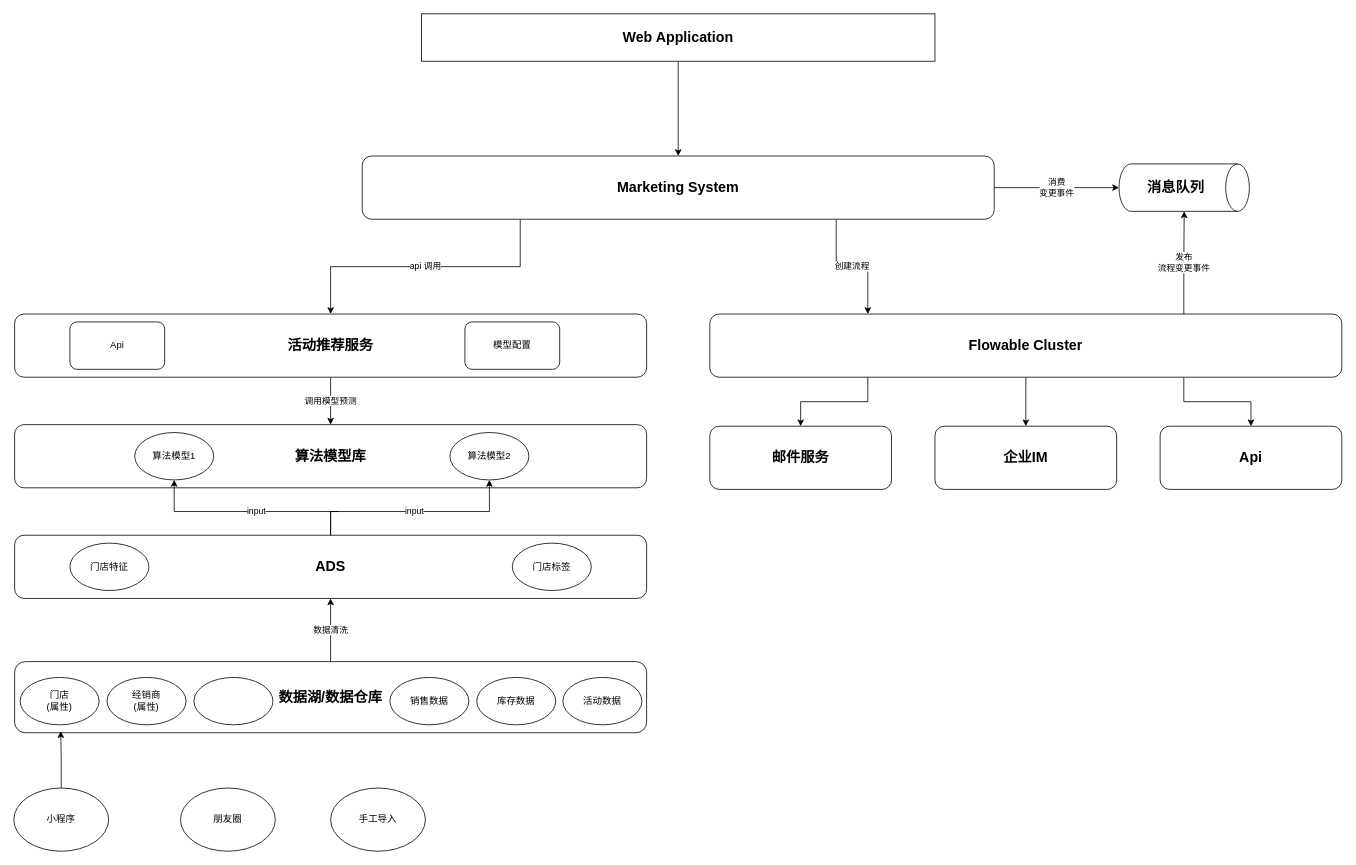
Earlier version of the draw.io diagram page "活动预测" (19 of 19) of Enterprise-Architecture.drawio (jackie-thank/beego-authz). Source tidied: cells renumbered, new cells numbered last; positions are measured from the earlier drawing's top-left corner, leaving out a move shared by most shapes. Both pictures are drawn from the tidied source at 79%, with x=0, y=0 at pixel (13, 13).
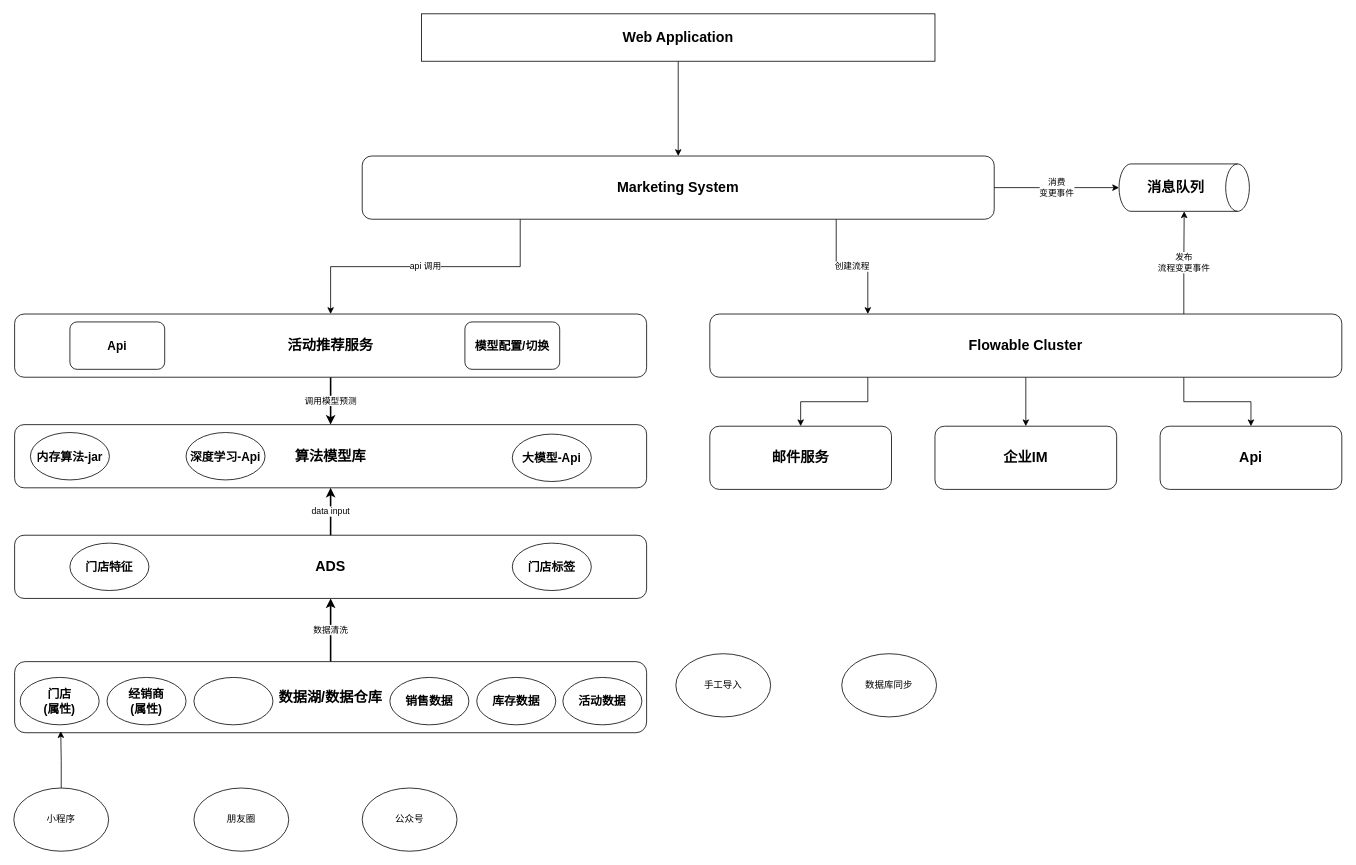
The same page after the edit.

The change refers to these unchanged cells:
```xml
<mxCell id="2" value="算法模型库" style="rounded=1;whiteSpace=wrap;html=1;fontSize=18;fontStyle=1;" parent="1" vertex="1">
  <mxGeometry x="1" y="520" width="800" height="80" as="geometry" />
</mxCell>
<mxCell id="3" value="ADS" style="rounded=1;whiteSpace=wrap;html=1;fontSize=18;fontStyle=1;" parent="1" vertex="1">
  <mxGeometry x="1" y="660" width="800" height="80" as="geometry" />
</mxCell>
<mxCell id="5" value="数据湖/数据仓库" style="rounded=1;whiteSpace=wrap;html=1;fontSize=18;fontStyle=1;" parent="1" vertex="1">
  <mxGeometry x="1" y="820" width="800" height="90" as="geometry" />
</mxCell>
<mxCell id="11" value="活动推荐服务" style="rounded=1;whiteSpace=wrap;html=1;fontSize=18;fontStyle=1;" parent="1" vertex="1">
  <mxGeometry x="1" y="380" width="800" height="80" as="geometry" />
</mxCell>
```

Diff of the diagram source:
```diff
@@
-    <mxCell id="4" value="数据清洗" style="edgeStyle=orthogonalEdgeStyle;rounded=0;jettySize=auto;html=1;exitX=0.5;exitY=0;exitDx=0;exitDy=0;" parent="1" edge="1" source="5" target="3">
+    <mxCell id="4" value="数据清洗" style="edgeStyle=orthogonalEdgeStyle;rounded=0;jettySize=auto;html=1;exitX=0.5;exitY=0;exitDx=0;exitDy=0;strokeWidth=2;" parent="1" edge="1" source="5" target="3">
       <mxGeometry relative="1" as="geometry" />
     </mxCell>
@@
-    <mxCell id="6" value="门店特征" style="ellipse;whiteSpace=wrap;html=1;" parent="1" vertex="1">
+    <mxCell id="6" value="门店特征" style="ellipse;whiteSpace=wrap;html=1;fontSize=15;fontStyle=1;" parent="1" vertex="1">
       <mxGeometry x="71" y="670" width="100" height="60" as="geometry" />
     </mxCell>
-    <mxCell id="7" value="算法模型2" style="ellipse;whiteSpace=wrap;html=1;" parent="1" vertex="1">
-      <mxGeometry x="552" y="530" width="100" height="60" as="geometry" />
+    <mxCell id="7" value="大模型-Api" style="ellipse;whiteSpace=wrap;html=1;fontSize=15;fontStyle=1;" parent="1" vertex="1">
+      <mxGeometry x="631" y="532" width="100" height="60" as="geometry" />
     </mxCell>
-    <mxCell id="8" value="input" style="edgeStyle=orthogonalEdgeStyle;rounded=0;jettySize=auto;html=1;exitX=0.5;exitY=0;exitDx=0;exitDy=0;entryX=0.5;entryY=1;entryDx=0;entryDy=0;" parent="1" edge="1" source="3" target="7">
+    <mxCell id="8" value="data input" style="edgeStyle=orthogonalEdgeStyle;rounded=0;jettySize=auto;html=1;exitX=0.5;exitY=0;exitDx=0;exitDy=0;entryX=0.5;entryY=1;entryDx=0;entryDy=0;strokeWidth=2;" parent="1" edge="1" source="3" target="2">
       <mxGeometry relative="1" as="geometry">
         <Array as="points">
-          <mxPoint x="411" y="630" />
-          <mxPoint x="611" y="630" />
+          <mxPoint x="401" y="630" />
+          <mxPoint x="401" y="630" />
         </Array>
       </mxGeometry>
     </mxCell>
-    <mxCell id="9" value="门店标签" style="ellipse;whiteSpace=wrap;html=1;" parent="1" vertex="1">
+    <mxCell id="9" value="门店标签" style="ellipse;whiteSpace=wrap;html=1;fontSize=15;fontStyle=1;" parent="1" vertex="1">
       <mxGeometry x="631" y="670" width="100" height="60" as="geometry" />
     </mxCell>
-    <mxCell id="10" value="调用模型预测" style="edgeStyle=orthogonalEdgeStyle;rounded=0;jettySize=auto;html=1;entryX=0.5;entryY=0;entryDx=0;entryDy=0;" parent="1" edge="1" source="11" target="2">
+    <mxCell id="10" value="调用模型预测" style="edgeStyle=orthogonalEdgeStyle;rounded=0;jettySize=auto;html=1;entryX=0.5;entryY=0;entryDx=0;entryDy=0;strokeWidth=2;" parent="1" edge="1" source="11" target="2">
       <mxGeometry relative="1" as="geometry" />
     </mxCell>
@@
-    <mxCell id="12" value="input" style="edgeStyle=orthogonalEdgeStyle;rounded=0;jettySize=auto;html=1;exitX=0.5;exitY=0;exitDx=0;exitDy=0;entryX=0.5;entryY=1;entryDx=0;entryDy=0;" parent="1" edge="1" source="3" target="13">
-      <mxGeometry relative="1" as="geometry">
-        <Array as="points">
-          <mxPoint x="411" y="630" />
-          <mxPoint x="211" y="630" />
-        </Array>
-      </mxGeometry>
-    </mxCell>
-    <mxCell id="13" value="算法模型1" style="ellipse;whiteSpace=wrap;html=1;" parent="1" vertex="1">
-      <mxGeometry x="153" y="530" width="100" height="60" as="geometry" />
+    <mxCell id="13" value="深度学习-Api" style="ellipse;whiteSpace=wrap;html=1;fontSize=15;fontStyle=1;" parent="1" vertex="1">
+      <mxGeometry x="218" y="530" width="100" height="60" as="geometry" />
     </mxCell>
-    <mxCell id="14" value="Api" style="rounded=1;whiteSpace=wrap;html=1;" parent="1" vertex="1">
+    <mxCell id="14" value="Api" style="rounded=1;whiteSpace=wrap;html=1;fontSize=15;fontStyle=1;" parent="1" vertex="1">
       <mxGeometry x="71" y="390" width="120" height="60" as="geometry" />
     </mxCell>
-    <mxCell id="15" value="模型配置" style="rounded=1;whiteSpace=wrap;html=1;" parent="1" vertex="1">
+    <mxCell id="15" value="模型配置/切换" style="rounded=1;whiteSpace=wrap;html=1;fontSize=15;fontStyle=1;" parent="1" vertex="1">
       <mxGeometry x="571" y="390" width="120" height="60" as="geometry" />
     </mxCell>
@@
     <mxCell id="18" value="朋友圈" style="ellipse;whiteSpace=wrap;html=1;" parent="1" vertex="1">
-      <mxGeometry x="211" y="980" width="120" height="80" as="geometry" />
+      <mxGeometry x="228" y="980" width="120" height="80" as="geometry" />
     </mxCell>
     <mxCell id="19" value="手工导入" style="ellipse;whiteSpace=wrap;html=1;" parent="1" vertex="1">
-      <mxGeometry x="401" y="980" width="120" height="80" as="geometry" />
+      <mxGeometry x="838" y="810" width="120" height="80" as="geometry" />
     </mxCell>
@@
-    <mxCell id="23" value="&lt;div&gt;门店&lt;/div&gt;&lt;div&gt;(属性)&lt;/div&gt;" style="ellipse;whiteSpace=wrap;html=1;" parent="1" vertex="1">
+    <mxCell id="23" value="&lt;div&gt;门店&lt;/div&gt;&lt;div&gt;(属性)&lt;/div&gt;" style="ellipse;whiteSpace=wrap;html=1;fontSize=15;fontStyle=1;" parent="1" vertex="1">
       <mxGeometry x="8" y="840" width="100" height="60" as="geometry" />
     </mxCell>
-    <mxCell id="24" value="&lt;div&gt;经销商&lt;/div&gt;&lt;div&gt;(属性)&lt;/div&gt;" style="ellipse;whiteSpace=wrap;html=1;" parent="1" vertex="1">
+    <mxCell id="24" value="&lt;div&gt;经销商&lt;/div&gt;&lt;div&gt;(属性)&lt;/div&gt;" style="ellipse;whiteSpace=wrap;html=1;fontSize=15;fontStyle=1;" parent="1" vertex="1">
       <mxGeometry x="118" y="840" width="100" height="60" as="geometry" />
     </mxCell>
-    <mxCell id="25" value="销售数据" style="ellipse;whiteSpace=wrap;html=1;" parent="1" vertex="1">
+    <mxCell id="25" value="销售数据" style="ellipse;whiteSpace=wrap;html=1;fontSize=15;fontStyle=1;" parent="1" vertex="1">
       <mxGeometry x="476" y="840" width="100" height="60" as="geometry" />
     </mxCell>
-    <mxCell id="26" value="库存数据" style="ellipse;whiteSpace=wrap;html=1;" parent="1" vertex="1">
+    <mxCell id="26" value="库存数据" style="ellipse;whiteSpace=wrap;html=1;fontSize=15;fontStyle=1;" parent="1" vertex="1">
       <mxGeometry x="586" y="840" width="100" height="60" as="geometry" />
     </mxCell>
-    <mxCell id="27" value="活动数据" style="ellipse;whiteSpace=wrap;html=1;" parent="1" vertex="1">
+    <mxCell id="27" value="活动数据" style="ellipse;whiteSpace=wrap;html=1;fontSize=15;fontStyle=1;" parent="1" vertex="1">
       <mxGeometry x="695" y="840" width="100" height="60" as="geometry" />
     </mxCell>
-    <mxCell id="28" value="&lt;div&gt;&lt;br&gt;&lt;/div&gt;" style="ellipse;whiteSpace=wrap;html=1;" parent="1" vertex="1">
+    <mxCell id="28" value="&lt;div&gt;&lt;br&gt;&lt;/div&gt;" style="ellipse;whiteSpace=wrap;html=1;fontSize=15;fontStyle=1;" parent="1" vertex="1">
       <mxGeometry x="228" y="840" width="100" height="60" as="geometry" />
     </mxCell>
@@
+    <mxCell id="42" value="数据库同步" style="ellipse;whiteSpace=wrap;html=1;" parent="1" vertex="1">
+      <mxGeometry x="1048" y="810" width="120" height="80" as="geometry" />
+    </mxCell>
+    <mxCell id="43" value="内存算法-jar" style="ellipse;whiteSpace=wrap;html=1;fontSize=15;fontStyle=1;" parent="1" vertex="1">
+      <mxGeometry x="21" y="530" width="100" height="60" as="geometry" />
+    </mxCell>
+    <mxCell id="44" value="公众号" style="ellipse;whiteSpace=wrap;html=1;" parent="1" vertex="1">
+      <mxGeometry x="441" y="980" width="120" height="80" as="geometry" />
+    </mxCell>
```
